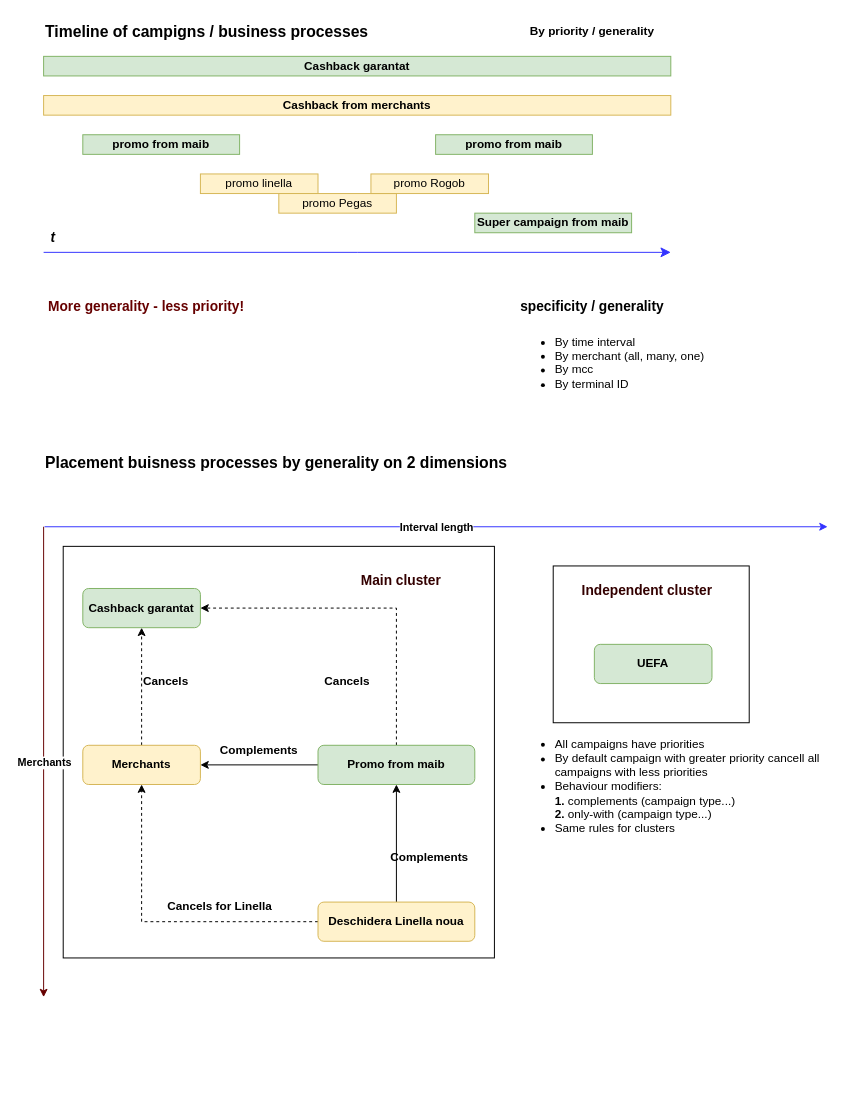
The draw.io diagram Диаграмма без названия.drawio in DemiusAcademius/diagrams, before the edit. Source tidied: cells renumbered, new cells numbered last; positions are measured from the earlier drawing's top-left corner, leaving out a move shared by most shapes. Both pictures are drawn from the tidied source at 98%, with x=0, y=0 at pixel (43, 17).
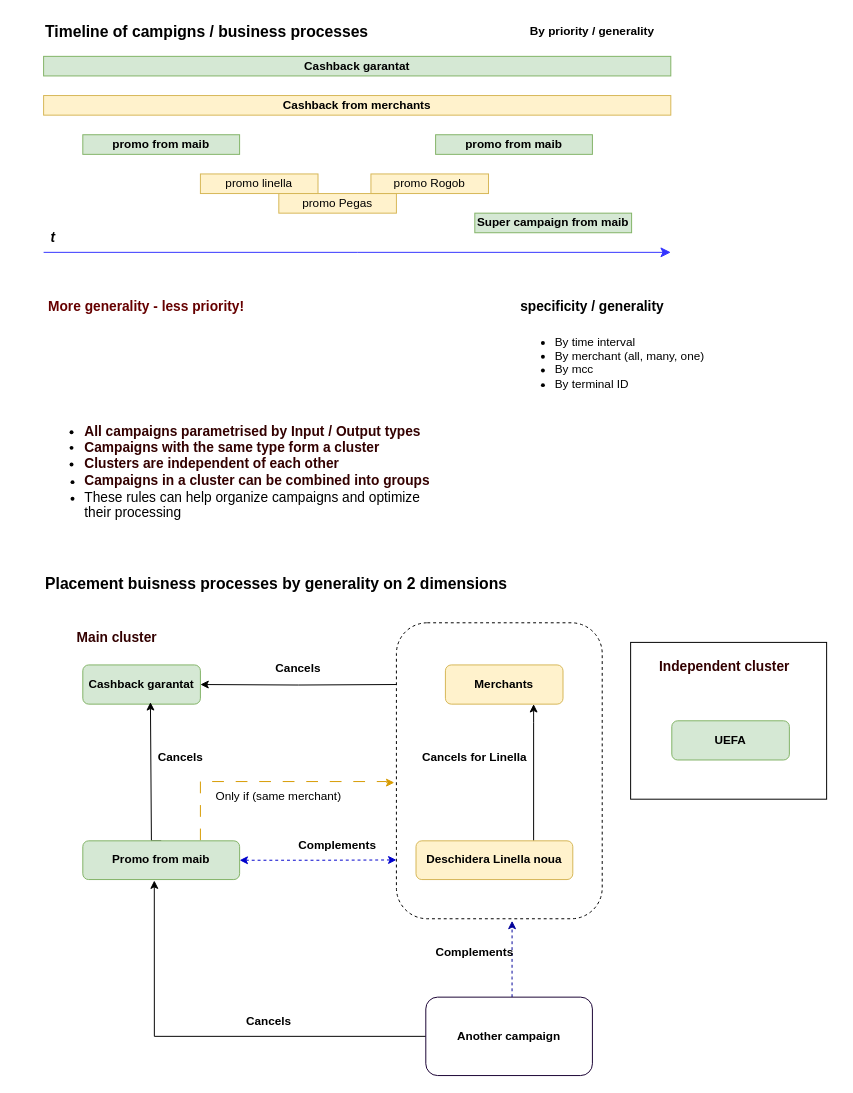
After the change.

The edit, as a diff of the source:
```diff
@@
-    <mxCell id="2" style="rounded=0;whiteSpace=wrap;html=1;" parent="1" vertex="1">
-      <mxGeometry x="20" y="540" width="440" height="420" as="geometry" />
-    </mxCell>
+    <mxCell id="42" style="rounded=1;whiteSpace=wrap;html=1;dashed=1;" parent="1" vertex="1">
+      <mxGeometry x="360" y="618" width="210" height="302" as="geometry" />
+    </mxCell>
     <mxCell id="3" style="rounded=0;whiteSpace=wrap;html=1;" parent="1" vertex="1">
-      <mxGeometry x="520" y="560" width="200" height="160" as="geometry" />
+      <mxGeometry x="599" y="638" width="200" height="160" as="geometry" />
     </mxCell>
@@
     <mxCell id="19" value="&lt;b&gt;&lt;font style=&quot;font-size: 16px;&quot;&gt;Placement buisness processes by generality on 2 dimensions&lt;/font&gt;&lt;/b&gt;" style="text;html=1;strokeColor=none;fillColor=none;align=left;verticalAlign=middle;whiteSpace=wrap;rounded=0;" parent="1" vertex="1">
-      <mxGeometry y="440" width="480" height="30" as="geometry" />
+      <mxGeometry y="563" width="480" height="30" as="geometry" />
     </mxCell>
-    <mxCell id="20" style="endArrow=classic;html=1;rounded=0;strokeColor=#3333FF;" parent="1" edge="1">
-      <mxGeometry relative="1" as="geometry">
-        <mxPoint x="1" y="520" as="sourcePoint" />
-        <mxPoint x="800" y="520" as="targetPoint" />
-      </mxGeometry>
-    </mxCell>
-    <mxCell id="21" value="&lt;b&gt;Interval length&lt;/b&gt;" style="edgeLabel;html=1;align=center;verticalAlign=middle;" parent="20" vertex="1">
-      <mxGeometry relative="1" as="geometry">
-        <mxPoint x="-1" as="offset" />
-      </mxGeometry>
-    </mxCell>
-    <mxCell id="22" style="endArrow=classic;html=1;rounded=0;strokeColor=#660000;" parent="1" edge="1">
-      <mxGeometry relative="1" as="geometry">
-        <mxPoint y="520" as="sourcePoint" />
-        <mxPoint y="1000" as="targetPoint" />
-      </mxGeometry>
-    </mxCell>
-    <mxCell id="23" value="&lt;b&gt;Merchants&lt;/b&gt;" style="edgeLabel;html=1;align=center;verticalAlign=middle;" parent="22" vertex="1">
-      <mxGeometry relative="1" as="geometry" />
-    </mxCell>
     <mxCell id="24" value="&lt;b&gt;Cashback garantat&lt;/b&gt;" style="rounded=1;whiteSpace=wrap;html=1;fillColor=#d5e8d4;strokeColor=#82b366;" parent="1" vertex="1">
-      <mxGeometry x="40" y="583" width="120" height="40" as="geometry" />
+      <mxGeometry x="40" y="661" width="120" height="40" as="geometry" />
     </mxCell>
-    <mxCell id="25" style="edgeStyle=orthogonalEdgeStyle;rounded=0;jettySize=auto;html=1;entryX=0.5;entryY=1;entryDx=0;entryDy=0;dashed=1;" parent="1" edge="1" source="26" target="24">
-      <mxGeometry relative="1" as="geometry" />
-    </mxCell>
+    <mxCell id="43" style="edgeStyle=orthogonalEdgeStyle;rounded=0;jettySize=auto;html=1;" parent="1" edge="1" target="24">
+      <mxGeometry relative="1" as="geometry">
+        <mxPoint x="360" y="681" as="sourcePoint" />
+      </mxGeometry>
+    </mxCell>
     <mxCell id="26" value="&lt;b&gt;Merchants&lt;/b&gt;" style="rounded=1;whiteSpace=wrap;html=1;fillColor=#fff2cc;strokeColor=#d6b656;" parent="1" vertex="1">
-      <mxGeometry x="40" y="743" width="120" height="40" as="geometry" />
+      <mxGeometry x="410" y="661" width="120" height="40" as="geometry" />
     </mxCell>
     <mxCell id="27" value="&lt;b&gt;Cancels&lt;/b&gt;" style="text;html=1;strokeColor=none;fillColor=none;align=center;verticalAlign=middle;whiteSpace=wrap;rounded=0;" parent="1" vertex="1">
-      <mxGeometry x="95" y="663" width="60" height="30" as="geometry" />
+      <mxGeometry x="110" y="741" width="60" height="30" as="geometry" />
     </mxCell>
-    <mxCell id="28" style="edgeStyle=orthogonalEdgeStyle;rounded=0;jettySize=auto;html=1;entryX=1;entryY=0.5;entryDx=0;entryDy=0;exitX=0.5;exitY=0;exitDx=0;exitDy=0;dashed=1;" parent="1" edge="1" source="30" target="24">
-      <mxGeometry relative="1" as="geometry" />
+    <mxCell id="28" style="edgeStyle=orthogonalEdgeStyle;rounded=0;jettySize=auto;html=1;exitX=0.5;exitY=0;exitDx=0;exitDy=0;entryX=0.575;entryY=0.95;entryDx=0;entryDy=0;entryPerimeter=0;" parent="1" edge="1" source="30" target="24">
+      <mxGeometry relative="1" as="geometry">
+        <Array as="points">
+          <mxPoint x="110" y="841" />
+        </Array>
+      </mxGeometry>
     </mxCell>
-    <mxCell id="29" style="edgeStyle=orthogonalEdgeStyle;rounded=0;jettySize=auto;html=1;entryX=1;entryY=0.5;entryDx=0;entryDy=0;" parent="1" edge="1" source="30" target="26">
-      <mxGeometry relative="1" as="geometry" />
-    </mxCell>
+    <mxCell id="44" style="edgeStyle=orthogonalEdgeStyle;rounded=0;jettySize=auto;html=1;startArrow=classic;startFill=1;dashed=1;strokeColor=#0000CC;" parent="1" edge="1" source="30">
+      <mxGeometry relative="1" as="geometry">
+        <mxPoint x="360" y="860" as="targetPoint" />
+      </mxGeometry>
+    </mxCell>
+    <mxCell id="45" style="edgeStyle=orthogonalEdgeStyle;rounded=0;jettySize=auto;html=1;entryX=-0.01;entryY=0.54;entryDx=0;entryDy=0;dashed=1;fillColor=#ffe6cc;strokeColor=#d79b00;dashPattern=12 12;entryPerimeter=0;" parent="1" edge="1" target="42">
+      <mxGeometry relative="1" as="geometry">
+        <mxPoint x="160" y="840" as="sourcePoint" />
+        <Array as="points">
+          <mxPoint x="160" y="780" />
+          <mxPoint x="350" y="780" />
+          <mxPoint x="350" y="781" />
+        </Array>
+      </mxGeometry>
+    </mxCell>
     <mxCell id="30" value="&lt;b&gt;Promo from maib&lt;/b&gt;" style="rounded=1;whiteSpace=wrap;html=1;fillColor=#d5e8d4;strokeColor=#82b366;" parent="1" vertex="1">
-      <mxGeometry x="280" y="743" width="160" height="40" as="geometry" />
+      <mxGeometry x="40" y="840.5" width="160" height="39.5" as="geometry" />
     </mxCell>
-    <mxCell id="31" value="&lt;b&gt;Cancels&lt;/b&gt;" style="text;html=1;strokeColor=none;fillColor=none;align=center;verticalAlign=middle;whiteSpace=wrap;rounded=0;" parent="1" vertex="1">
-      <mxGeometry x="280" y="663" width="60" height="30" as="geometry" />
-    </mxCell>
-    <mxCell id="32" value="&lt;b&gt;Complements&lt;/b&gt;" style="text;html=1;strokeColor=none;fillColor=none;align=center;verticalAlign=middle;whiteSpace=wrap;rounded=0;" parent="1" vertex="1">
-      <mxGeometry x="180" y="733" width="80" height="30" as="geometry" />
-    </mxCell>
-    <mxCell id="33" style="edgeStyle=orthogonalEdgeStyle;rounded=0;jettySize=auto;html=1;entryX=0.5;entryY=1;entryDx=0;entryDy=0;dashed=1;" parent="1" edge="1" source="35" target="26">
-      <mxGeometry relative="1" as="geometry" />
+    <mxCell id="33" style="edgeStyle=orthogonalEdgeStyle;rounded=0;jettySize=auto;html=1;" parent="1" edge="1" source="35" target="26">
+      <mxGeometry relative="1" as="geometry">
+        <Array as="points">
+          <mxPoint x="500" y="720" />
+          <mxPoint x="500" y="720" />
+        </Array>
+      </mxGeometry>
     </mxCell>
-    <mxCell id="34" style="edgeStyle=orthogonalEdgeStyle;rounded=0;jettySize=auto;html=1;entryX=0.5;entryY=1;entryDx=0;entryDy=0;" parent="1" edge="1" source="35" target="30">
-      <mxGeometry relative="1" as="geometry" />
-    </mxCell>
     <mxCell id="35" value="&lt;b&gt;Deschidera Linella noua&lt;/b&gt;" style="rounded=1;whiteSpace=wrap;html=1;fillColor=#fff2cc;strokeColor=#d6b656;" parent="1" vertex="1">
-      <mxGeometry x="280" y="903" width="160" height="40" as="geometry" />
+      <mxGeometry x="380" y="840.5" width="160" height="39.5" as="geometry" />
     </mxCell>
     <mxCell id="36" value="&lt;b&gt;Cancels for Linella&lt;/b&gt;" style="text;html=1;strokeColor=none;fillColor=none;align=center;verticalAlign=middle;whiteSpace=wrap;rounded=0;" parent="1" vertex="1">
-      <mxGeometry x="120" y="893" width="120" height="30" as="geometry" />
+      <mxGeometry x="380" y="741" width="120" height="30" as="geometry" />
     </mxCell>
     <mxCell id="37" value="&lt;b&gt;Complements&lt;/b&gt;" style="text;html=1;strokeColor=none;fillColor=none;align=center;verticalAlign=middle;whiteSpace=wrap;rounded=0;" parent="1" vertex="1">
-      <mxGeometry x="354" y="843" width="80" height="30" as="geometry" />
+      <mxGeometry x="260" y="830" width="80" height="30" as="geometry" />
     </mxCell>
     <mxCell id="38" value="&lt;b&gt;UEFA&lt;/b&gt;" style="rounded=1;whiteSpace=wrap;html=1;fillColor=#d5e8d4;strokeColor=#82b366;" parent="1" vertex="1">
-      <mxGeometry x="562" y="640" width="120" height="40" as="geometry" />
+      <mxGeometry x="641" y="718" width="120" height="40" as="geometry" />
     </mxCell>
-    <mxCell id="39" value="&lt;ul&gt;&lt;li&gt;All campaigns have priorities&lt;/li&gt;&lt;li&gt;By default campaign with greater priority cancell all campaigns with less priorities&lt;/li&gt;&lt;li&gt;Behaviour modifiers: &lt;br&gt;&lt;b&gt;1. &lt;/b&gt;complements (campaign type...)&lt;br&gt;&lt;b&gt;2.&lt;/b&gt; only-with (campaign type...)&lt;/li&gt;&lt;li&gt;Same rules for clusters&lt;/li&gt;&lt;/ul&gt;" style="text;strokeColor=none;fillColor=none;html=1;whiteSpace=wrap;verticalAlign=middle;overflow=hidden;" parent="1" vertex="1">
-      <mxGeometry x="480" y="720" width="320" height="130" as="geometry" />
-    </mxCell>
     <mxCell id="40" value="&lt;font size=&quot;1&quot; color=&quot;#330000&quot;&gt;&lt;b style=&quot;font-size: 14px;&quot;&gt;Independent cluster&lt;/b&gt;&lt;/font&gt;" style="text;html=1;strokeColor=none;fillColor=none;align=center;verticalAlign=middle;whiteSpace=wrap;rounded=0;" parent="1" vertex="1">
-      <mxGeometry x="546" y="570" width="140" height="30" as="geometry" />
+      <mxGeometry x="625" y="648" width="140" height="30" as="geometry" />
     </mxCell>
     <mxCell id="41" value="&lt;b&gt;&lt;font style=&quot;font-size: 14px;&quot; color=&quot;#330000&quot;&gt;Main cluster&lt;/font&gt;&lt;/b&gt;" style="text;html=1;strokeColor=none;fillColor=none;align=center;verticalAlign=middle;whiteSpace=wrap;rounded=0;" parent="1" vertex="1">
-      <mxGeometry x="310" y="560" width="110" height="30" as="geometry" />
+      <mxGeometry x="20" y="618" width="110" height="30" as="geometry" />
     </mxCell>
+    <mxCell id="46" value="&lt;ul style=&quot;&quot;&gt;&lt;li style=&quot;font-size: 14px;&quot;&gt;&lt;font color=&quot;#330000&quot;&gt;&lt;b style=&quot;border-color: var(--border-color);&quot;&gt;All campaigns parametrised by Input / Output types&lt;/b&gt;&lt;br&gt;&lt;/font&gt;&lt;/li&gt;&lt;li style=&quot;font-size: 14px;&quot;&gt;&lt;b&gt;&lt;font color=&quot;#330000&quot;&gt;Сampaigns with the same type form a cluster&amp;nbsp;&lt;/font&gt;&lt;/b&gt;&lt;/li&gt;&lt;li style=&quot;font-size: 14px;&quot;&gt;&lt;b&gt;&lt;font color=&quot;#330000&quot;&gt;Clusters are independent of each other&lt;/font&gt;&lt;/b&gt;&lt;br&gt;&lt;/li&gt;&lt;li style=&quot;&quot;&gt;&lt;font size=&quot;1&quot; color=&quot;#330000&quot;&gt;&lt;b style=&quot;font-size: 14px;&quot;&gt;Campaigns in a cluster can be combined into groups&lt;/b&gt;&lt;/font&gt;&lt;br&gt;&lt;/li&gt;&lt;li style=&quot;&quot;&gt;&lt;span style=&quot;font-size: 14px;&quot;&gt;These rules can help organize campaigns and optimize their processing&lt;/span&gt;&lt;/li&gt;&lt;/ul&gt;" style="text;strokeColor=none;fillColor=none;html=1;whiteSpace=wrap;verticalAlign=middle;overflow=hidden;" parent="1" vertex="1">
+      <mxGeometry y="400" width="400" height="120" as="geometry" />
+    </mxCell>
+    <mxCell id="47" value="&lt;b&gt;Cancels&lt;/b&gt;" style="text;html=1;strokeColor=none;fillColor=none;align=center;verticalAlign=middle;whiteSpace=wrap;rounded=0;" parent="1" vertex="1">
+      <mxGeometry x="230" y="650" width="60" height="30" as="geometry" />
+    </mxCell>
+    <mxCell id="48" style="edgeStyle=orthogonalEdgeStyle;rounded=0;jettySize=auto;html=1;entryX=0.562;entryY=1.007;entryDx=0;entryDy=0;entryPerimeter=0;dashed=1;strokeColor=#000099;" parent="1" edge="1" source="50" target="42">
+      <mxGeometry relative="1" as="geometry">
+        <Array as="points">
+          <mxPoint x="478" y="980" />
+          <mxPoint x="478" y="980" />
+        </Array>
+      </mxGeometry>
+    </mxCell>
+    <mxCell id="49" style="edgeStyle=orthogonalEdgeStyle;rounded=0;jettySize=auto;html=1;entryX=0.456;entryY=1.025;entryDx=0;entryDy=0;entryPerimeter=0;" parent="1" edge="1" source="50" target="30">
+      <mxGeometry relative="1" as="geometry" />
+    </mxCell>
+    <mxCell id="50" value="&lt;b&gt;Another campaign&lt;/b&gt;" style="rounded=1;whiteSpace=wrap;html=1;strokeColor=#190033;" parent="1" vertex="1">
+      <mxGeometry x="390" y="1000" width="170" height="80" as="geometry" />
+    </mxCell>
+    <mxCell id="51" value="Only if (same merchant)" style="text;html=1;strokeColor=none;fillColor=none;align=center;verticalAlign=middle;whiteSpace=wrap;rounded=0;" parent="1" vertex="1">
+      <mxGeometry x="160" y="780" width="160" height="30" as="geometry" />
+    </mxCell>
+    <mxCell id="32" value="&lt;b&gt;Complements&lt;/b&gt;" style="text;html=1;strokeColor=none;fillColor=none;align=center;verticalAlign=middle;whiteSpace=wrap;rounded=0;" parent="1" vertex="1">
+      <mxGeometry x="400" y="940" width="80" height="30" as="geometry" />
+    </mxCell>
+    <mxCell id="52" value="&lt;b&gt;Cancels&lt;/b&gt;" style="text;html=1;strokeColor=none;fillColor=none;align=center;verticalAlign=middle;whiteSpace=wrap;rounded=0;" parent="1" vertex="1">
+      <mxGeometry x="200" y="1010" width="60" height="30" as="geometry" />
+    </mxCell>
```
